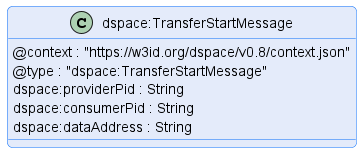
International-Data-Spaces-Association/ids-specification keeps this PlantUML diagram as transfer/message/diagram/transfer-start-message.png. Above is the earlier version.
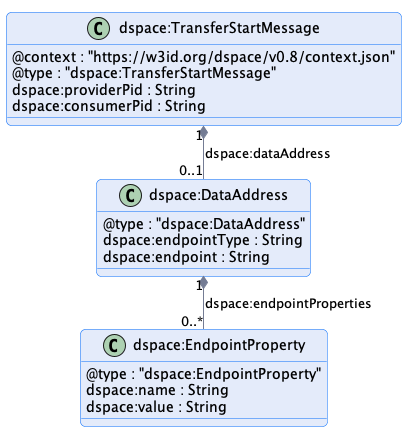
Later version of the same file.

Commit message:
Added dspace:DataAddress model

The edit, as a diff of the source:
```diff
@@ -11,7 +11,22 @@
     @type : "dspace:TransferStartMessage"
     dspace:providerPid : String
     dspace:consumerPid : String
-    dspace:dataAddress : String
 }
 
+class "dspace:DataAddress" {
+    @type : "dspace:DataAddress"
+    dspace:endpointType : String
+    dspace:endpoint : String
+}
+
+class "dspace:EndpointProperty" {
+    @type : "dspace:EndpointProperty"
+    dspace:name : String
+    dspace:value : String
+}
+
+"dspace:TransferStartMessage" "1" *-- "0..1" "dspace:DataAddress" : "dspace:dataAddress"
+"dspace:DataAddress" "1" *-- "0..*" "dspace:EndpointProperty" : "dspace:endpointProperties"
+
+
 @enduml
```
